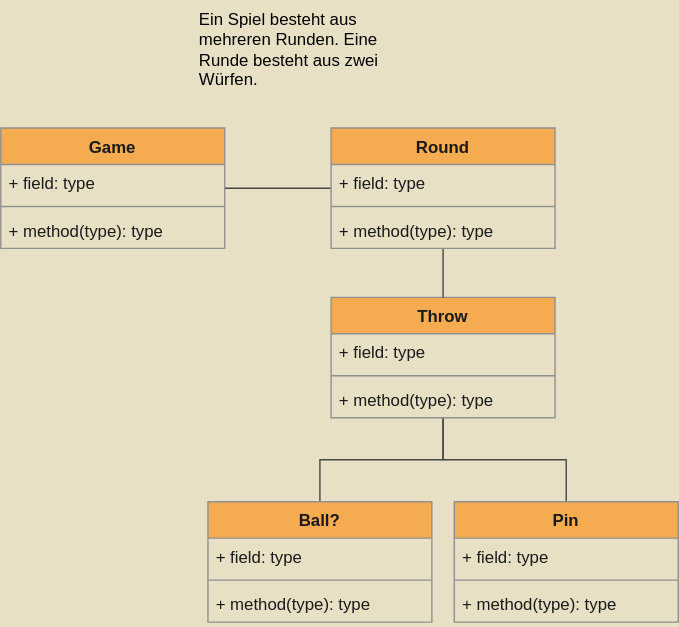
Before: main.svg, a diagram exported from draw.io (stefreschke/hwr-oop-project-template). Source tidied: cells renumbered, new cells last; positions are measured from the earlier drawing's top-left corner, leaving out a move shared by most shapes.
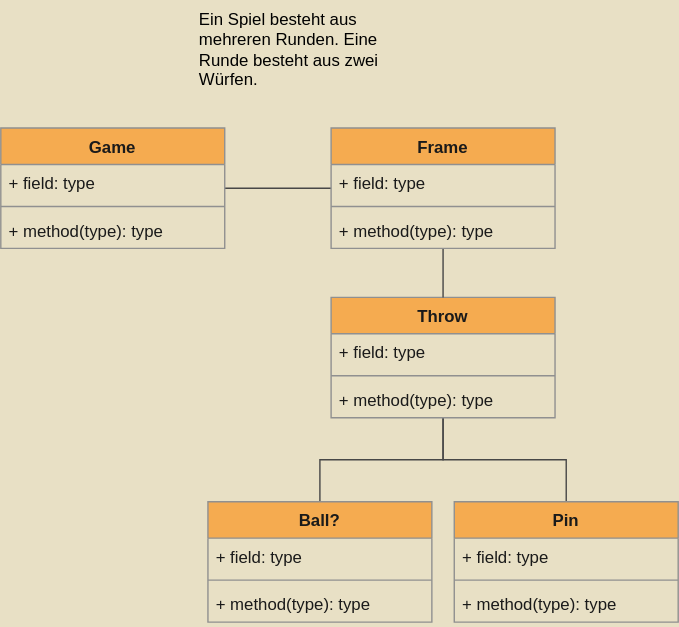
The same diagram one commit later.

Commit message:
Edited class diagram

What changed in the source:
```diff
@@ -62,7 +62,7 @@
     <mxCell id="21" style="edgeStyle=orthogonalEdgeStyle;rounded=0;jettySize=auto;html=1;endArrow=none;endFill=0;startSize=12;endSize=12;strokeColor=#474747;" parent="1" edge="1" source="22" target="4">
       <mxGeometry relative="1" as="geometry" />
     </mxCell>
-    <mxCell id="22" value="Round" style="swimlane;fontStyle=1;align=center;verticalAlign=top;horizontal=1;startSize=26;fillColor=#F5AB50;strokeColor=#909090;fontColor=#1A1A1A;" parent="1" vertex="1">
+    <mxCell id="22" value="Frame" style="swimlane;fontStyle=1;align=center;verticalAlign=top;horizontal=1;startSize=26;fillColor=#F5AB50;strokeColor=#909090;fontColor=#1A1A1A;" parent="1" vertex="1">
       <mxGeometry x="236" y="91" width="160" height="86" as="geometry" />
     </mxCell>
     <mxCell id="23" value="+ field: type" style="text;strokeColor=none;fillColor=none;align=left;verticalAlign=top;spacingLeft=4;spacingRight=4;overflow=hidden;fontColor=#1A1A1A;" parent="22" vertex="1">
```
